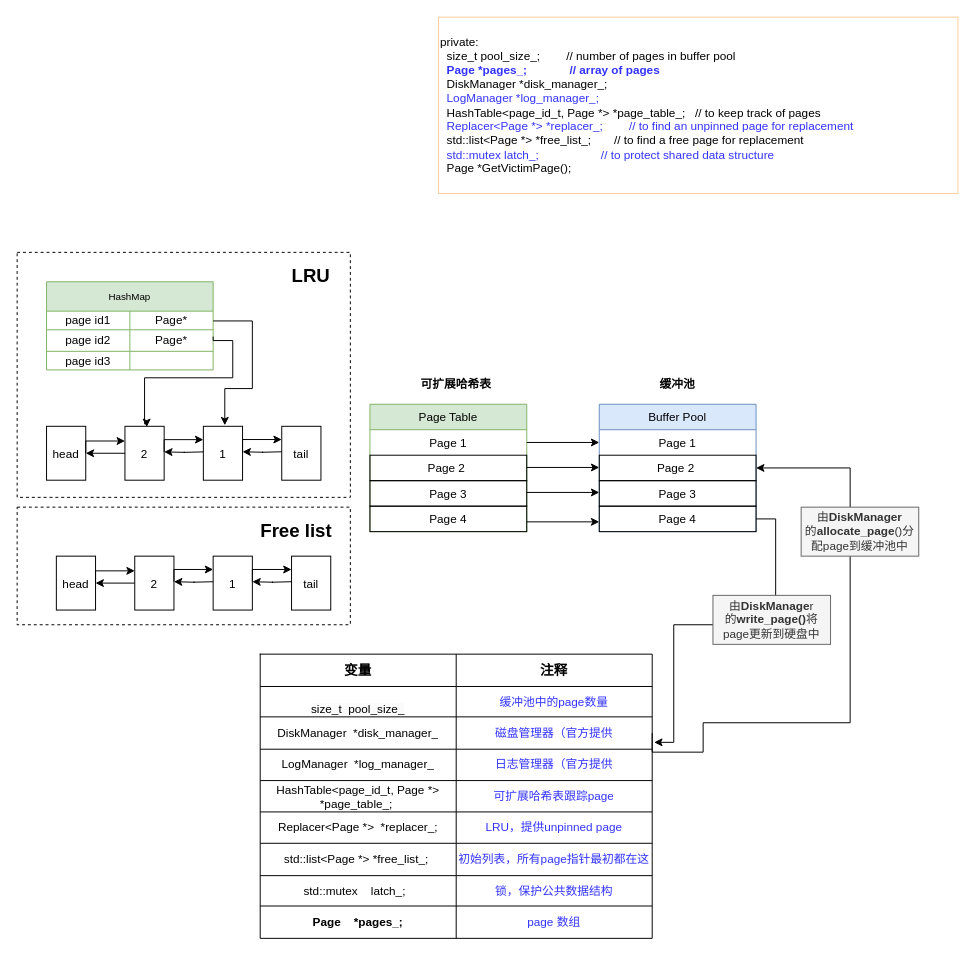
The draw.io diagram 未命名绘图.drawio in CrystalParaboy/cmu15445, before the edit. Source tidied: cells renumbered, new cells numbered last; positions are measured from the earlier drawing's top-left corner, leaving out a move shared by most shapes. Both pictures are drawn from the tidied source at 98%, with x=0, y=0 at pixel (17, 17).
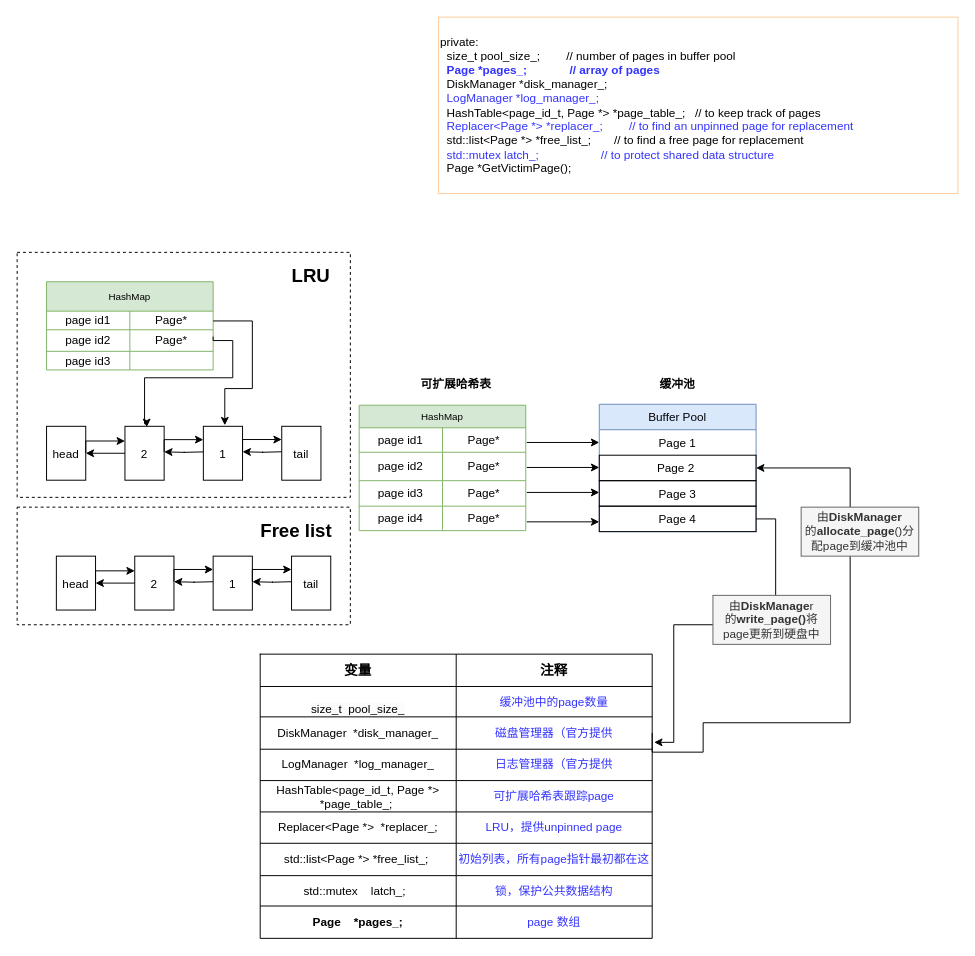
The same page after the edit.

The change refers to these unchanged cells:
```xml
<mxCell id="10" value="Page 1&#10;" style="text;align=center;verticalAlign=top;spacingLeft=4;spacingRight=4;overflow=hidden;points=[[0,0.5],[1,0.5]];portConstraint=eastwest;" parent="9" vertex="1">
  <mxGeometry y="26" width="160" height="26" as="geometry" />
</mxCell>
```

What changed in the source:
```diff
@@
-    <mxCell id="4" value="Page Table" style="swimlane;fontStyle=0;align=center;verticalAlign=top;horizontal=1;startSize=26;rounded=0;shadow=0;strokeWidth=1;fillColor=#d5e8d4;strokeColor=#82b366;" parent="1" vertex="1">
-      <mxGeometry x="360" y="395" width="160" height="130" as="geometry" />
-    </mxCell>
-    <mxCell id="5" value="Page 1&#10;" style="text;align=center;verticalAlign=top;spacingLeft=4;spacingRight=4;overflow=hidden;points=[[0,0.5],[1,0.5]];portConstraint=eastwest;" parent="4" vertex="1">
-      <mxGeometry y="26" width="160" height="26" as="geometry" />
-    </mxCell>
-    <mxCell id="6" value="Page 2 &#10;&#10;" style="text;align=center;verticalAlign=top;spacingLeft=4;spacingRight=4;overflow=hidden;rounded=0;shadow=0;html=0;strokeColor=default;" parent="4" vertex="1">
-      <mxGeometry y="52" width="160" height="26" as="geometry" />
-    </mxCell>
-    <mxCell id="7" value="Page 3" style="text;align=center;verticalAlign=top;spacingLeft=4;spacingRight=4;overflow=hidden;rounded=0;shadow=0;html=0;strokeColor=default;" parent="4" vertex="1">
-      <mxGeometry y="78" width="160" height="26" as="geometry" />
-    </mxCell>
-    <mxCell id="8" value="Page 4" style="text;align=center;verticalAlign=top;spacingLeft=4;spacingRight=4;overflow=hidden;rounded=0;shadow=0;html=0;strokeColor=default;" parent="4" vertex="1">
-      <mxGeometry y="104" width="160" height="26" as="geometry" />
-    </mxCell>
@@
-    <mxCell id="14" style="endArrow=classic;html=1;rounded=0;exitX=1;exitY=0.5;exitDx=0;exitDy=0;entryX=0;entryY=0.5;entryDx=0;entryDy=0;" parent="1" edge="1" source="5" target="10">
-      <mxGeometry relative="1" as="geometry" />
+    <mxCell id="14" style="endArrow=classic;html=1;rounded=0;exitX=1;exitY=0.5;exitDx=0;exitDy=0;entryX=0;entryY=0.5;entryDx=0;entryDy=0;" parent="1" edge="1" target="10">
+      <mxGeometry relative="1" as="geometry">
+        <mxPoint x="520" y="434" as="sourcePoint" />
+      </mxGeometry>
     </mxCell>
@@
+    <mxCell id="87" value="HashMap" style="shape=table;startSize=23;childLayout=tableLayout;fontSize=10;fillColor=#d5e8d4;strokeColor=#82b366;" parent="1" vertex="1">
+      <mxGeometry x="349" y="396" width="170" height="128" as="geometry" />
+    </mxCell>
+    <mxCell id="88" style="shape=tableRow;horizontal=0;startSize=0;swimlaneHead=0;swimlaneBody=0;top=0;left=0;bottom=0;right=0;fillColor=none;" parent="87" vertex="1">
+      <mxGeometry y="23" width="170" height="25" as="geometry" />
+    </mxCell>
+    <mxCell id="89" value="page id1" style="shape=partialRectangle;html=1;whiteSpace=wrap;overflow=hidden;fillColor=none;top=0;left=0;bottom=0;right=0;" parent="88" vertex="1">
+      <mxGeometry width="85" height="25" as="geometry" />
+    </mxCell>
+    <mxCell id="90" value="Page*" style="shape=partialRectangle;html=1;whiteSpace=wrap;overflow=hidden;fillColor=none;top=0;left=0;bottom=0;right=0;" parent="88" vertex="1">
+      <mxGeometry x="85" width="85" height="25" as="geometry" />
+    </mxCell>
+    <mxCell id="91" style="shape=tableRow;horizontal=0;startSize=0;swimlaneHead=0;swimlaneBody=0;top=0;left=0;bottom=0;right=0;fillColor=none;" parent="87" vertex="1">
+      <mxGeometry y="48" width="170" height="29" as="geometry" />
+    </mxCell>
+    <mxCell id="92" value="page id2" style="shape=partialRectangle;html=1;whiteSpace=wrap;overflow=hidden;fillColor=none;top=0;left=0;bottom=0;right=0;" parent="91" vertex="1">
+      <mxGeometry width="85" height="29" as="geometry" />
+    </mxCell>
+    <mxCell id="93" value="Page*" style="shape=partialRectangle;html=1;whiteSpace=wrap;overflow=hidden;fillColor=none;top=0;left=0;bottom=0;right=0;" parent="91" vertex="1">
+      <mxGeometry x="85" width="85" height="29" as="geometry" />
+    </mxCell>
+    <mxCell id="94" style="shape=tableRow;horizontal=0;startSize=0;swimlaneHead=0;swimlaneBody=0;top=0;left=0;bottom=0;right=0;fillColor=none;" parent="87" vertex="1">
+      <mxGeometry y="77" width="170" height="26" as="geometry" />
+    </mxCell>
+    <mxCell id="95" value="page id3" style="shape=partialRectangle;html=1;whiteSpace=wrap;overflow=hidden;fillColor=none;top=0;left=0;bottom=0;right=0;" parent="94" vertex="1">
+      <mxGeometry width="85" height="26" as="geometry" />
+    </mxCell>
+    <mxCell id="96" value="Page*" style="shape=partialRectangle;html=1;whiteSpace=wrap;overflow=hidden;fillColor=none;top=0;left=0;bottom=0;right=0;" parent="94" vertex="1">
+      <mxGeometry x="85" width="85" height="26" as="geometry" />
+    </mxCell>
+    <mxCell id="97" style="shape=tableRow;horizontal=0;startSize=0;swimlaneHead=0;swimlaneBody=0;top=0;left=0;bottom=0;right=0;fillColor=none;" parent="87" vertex="1">
+      <mxGeometry y="103" width="170" height="25" as="geometry" />
+    </mxCell>
+    <mxCell id="98" value="page id4" style="shape=partialRectangle;html=1;whiteSpace=wrap;overflow=hidden;fillColor=none;top=0;left=0;bottom=0;right=0;" parent="97" vertex="1">
+      <mxGeometry width="85" height="25" as="geometry" />
+    </mxCell>
+    <mxCell id="99" value="Page*" style="shape=partialRectangle;html=1;whiteSpace=wrap;overflow=hidden;fillColor=none;top=0;left=0;bottom=0;right=0;" parent="97" vertex="1">
+      <mxGeometry x="85" width="85" height="25" as="geometry" />
+    </mxCell>
```
